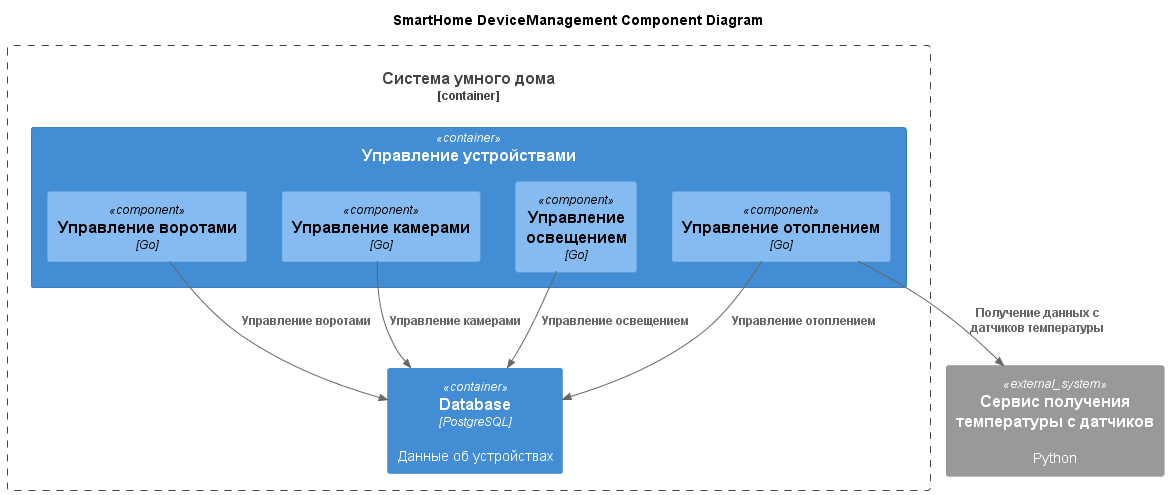
This is apps/diagrams/component/component.png from yaspichihin/ydx_arch_sprint_1, a PlantUML export, as it was before one commit. Its diagram source:
```plantuml
@startuml

title SmartHome DeviceManagement Component Diagram
top to bottom direction

!includeurl https://raw.githubusercontent.com/RicardoNiepel/C4-PlantUML/master/C4_Component.puml


Container_Boundary(smarthome_app, "Система умного дома") {
  Container(smarthome_device_management, "Управление устройствами")
  Container(smarthome_database, "Database", "PostgreSQL", "Данные об устройствах")
}

Container(smarthome_device_management, "Управление устройствами") {
  Component(smarthome_device_management_heating_management, "Управление отоплением", "Go")
  Component(smarthome_device_management_light_management, "Управление освещением", "Go")
  Component(smarthome_device_management_gate_management, "Управление воротами", "Go")
  Component(smarthome_device_management_camera_management, "Управление камерами", "Go")
}

System_Ext(temperature_service, "Сервис получения температуры с датчиков", "Python")

Rel(smarthome_device_management_heating_management, smarthome_database, "Управление отоплением")
Rel(smarthome_device_management_light_management, smarthome_database, "Управление освещением")
Rel(smarthome_device_management_gate_management, smarthome_database, "Управление воротами")
Rel(smarthome_device_management_camera_management, smarthome_database, "Управление камерами")

Rel(smarthome_device_management_heating_management, temperature_service, "Получение данных с датчиков температуры")

@enduml
```
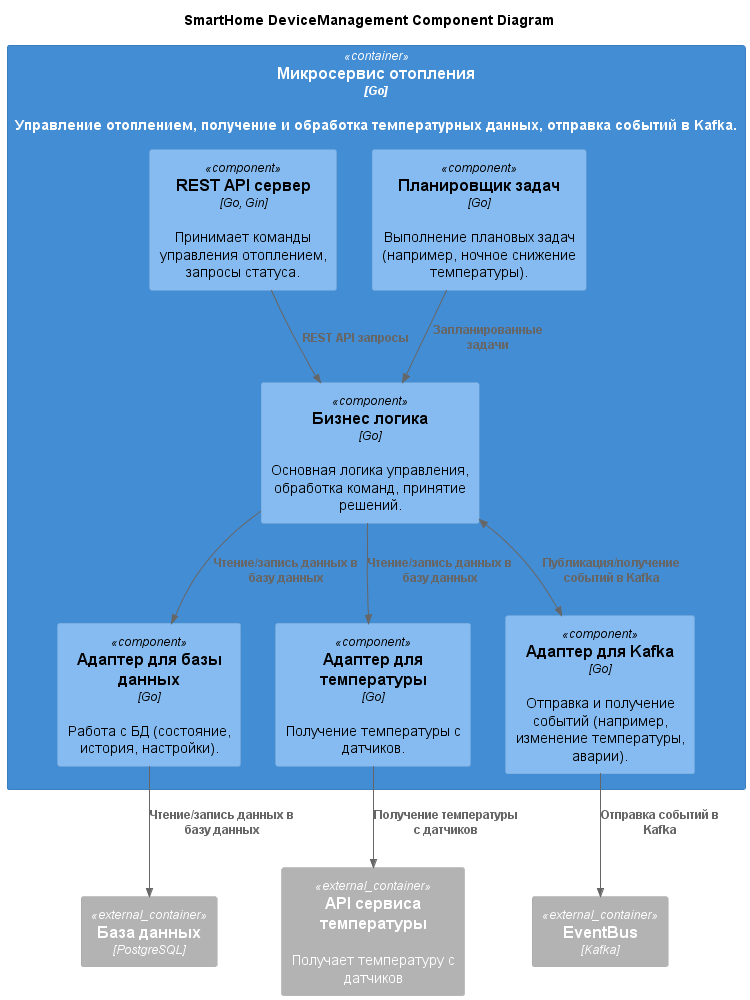
The same file after the commit.

The edit, as a diff of the source:
```diff
@@ -5,26 +5,28 @@
 
 !includeurl https://raw.githubusercontent.com/RicardoNiepel/C4-PlantUML/master/C4_Component.puml
 
+Container_Ext(smarthome_database, "База данных", "PostgreSQL")
+Container_Ext(temperature_service, "API сервиса температуры", "", "Получает температуру с датчиков")
+Container_Ext(smarthome_stream, "EventBus", "Kafka")
 
-Container_Boundary(smarthome_app, "Система умного дома") {
-  Container(smarthome_device_management, "Управление устройствами")
-  Container(smarthome_database, "Database", "PostgreSQL", "Данные об устройствах")
+Container(smarthome_heating, "Микросервис отопления", "Go", "Управление отоплением, получение и обработка температурных данных, отправка событий в Kafka.") {
+  Component(smarthome_heating_business_logic, "Бизнес логика", "Go", "Основная логика управления, обработка команд, принятие решений.")
+  Component(smarthome_heating_schedule, "Планировщик задач", "Go", "Выполнение плановых задач (например, ночное снижение температуры).")
+  Component(smarthome_heating_api, "REST API сервер", "Go, Gin", "Принимает команды управления отоплением, запросы статуса.")
+  Component(smarthome_heating_db_adapter, "Адаптер для базы данных", "Go", "Работа с БД (состояние, история, настройки).")
+  Component(smarthome_heating_temperature_adapter, "Адаптер для температуры", "Go", "Получение температуры с датчиков.")
+  Component(smarthome_heating_stream_adapter, "Адаптер для Kafka", "Go", "Отправка и получение событий (например, изменение температуры, аварии).")
 }
 
-Container(smarthome_device_management, "Управление устройствами") {
-  Component(smarthome_device_management_heating_management, "Управление отоплением", "Go")
-  Component(smarthome_device_management_light_management, "Управление освещением", "Go")
-  Component(smarthome_device_management_gate_management, "Управление воротами", "Go")
-  Component(smarthome_device_management_camera_management, "Управление камерами", "Go")
-}
 
-System_Ext(temperature_service, "Сервис получения температуры с датчиков", "Python")
+Rel_D(smarthome_heating_schedule, smarthome_heating_business_logic, "Запланированные задачи")
+Rel_D(smarthome_heating_api, smarthome_heating_business_logic, "REST API запросы")
+Rel_D(smarthome_heating_business_logic, smarthome_heating_db_adapter, "Чтение/запись данных в базу данных")
+Rel_D(smarthome_heating_business_logic, smarthome_heating_temperature_adapter, "Чтение/запись данных в базу данных")
+BiRel_D(smarthome_heating_business_logic, smarthome_heating_stream_adapter, "Публикация/получение событий в Kafka")
 
-Rel(smarthome_device_management_heating_management, smarthome_database, "Управление отоплением")
-Rel(smarthome_device_management_light_management, smarthome_database, "Управление освещением")
-Rel(smarthome_device_management_gate_management, smarthome_database, "Управление воротами")
-Rel(smarthome_device_management_camera_management, smarthome_database, "Управление камерами")
-
-Rel(smarthome_device_management_heating_management, temperature_service, "Получение данных с датчиков температуры")
+Rel_D(smarthome_heating_db_adapter, smarthome_database, "Чтение/запись данных в базу данных")
+Rel_D(smarthome_heating_temperature_adapter, temperature_service, "Получение температуры с датчиков")
+Rel_D(smarthome_heating_stream_adapter, smarthome_stream, "Отправка событий в Kafka")
 
 @enduml
```
